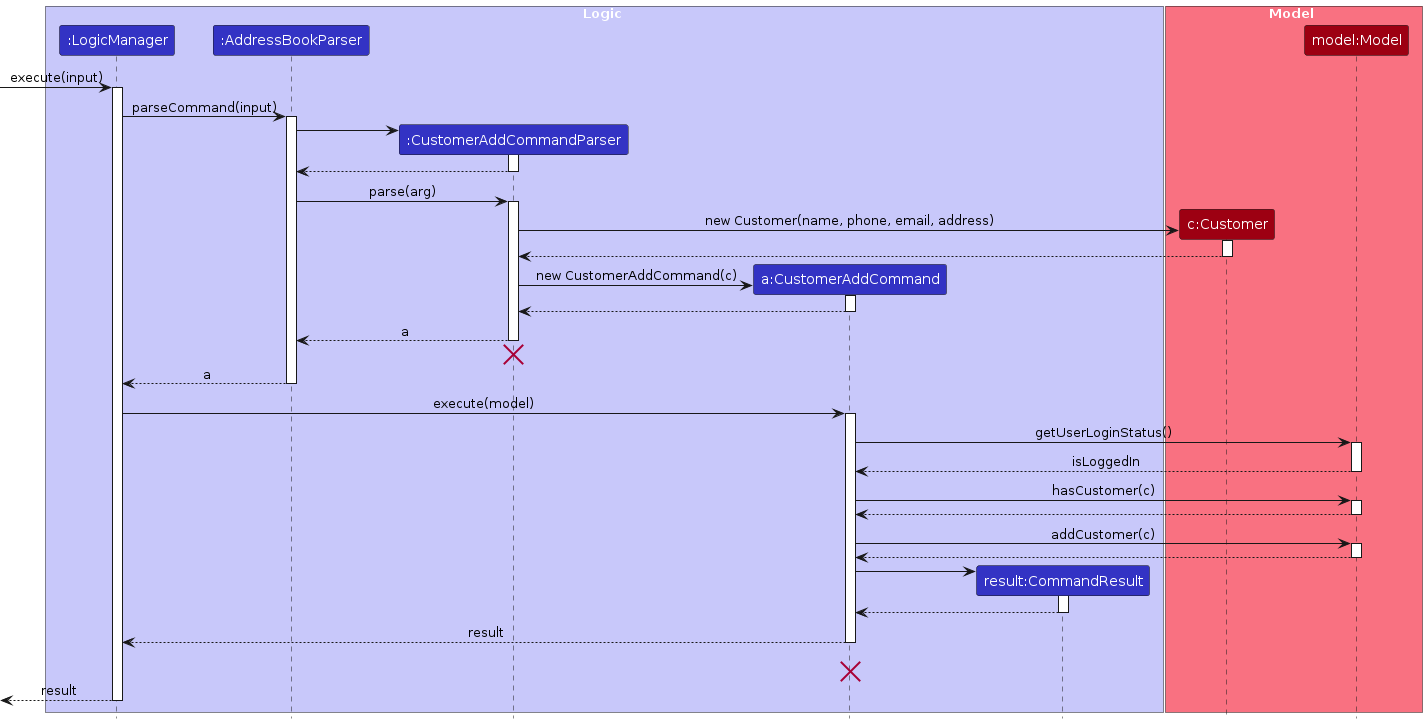
This is diagrams/CustomerAddSequenceDiagram.png from zhonghan721/tp, a PlantUML export, as it was before one commit. Its source is kept beside it as diagrams/CustomerAddSequenceDiagram.puml.
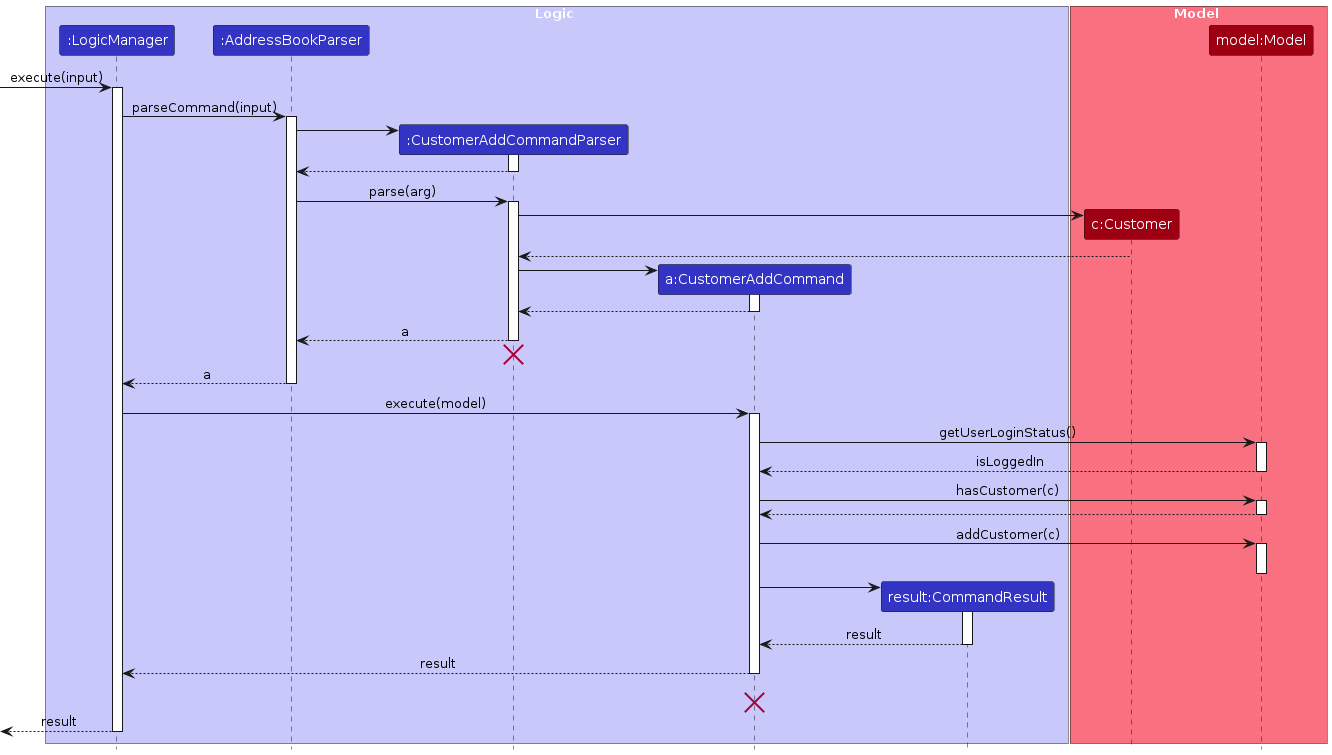
Later version of the same file.

The edit, as a diff of the source:
```diff
@@ -31,14 +31,13 @@
 activate CustomerAddCommandParser
 
 create Customer
-CustomerAddCommandParser -> Customer : new Customer(name, phone, email, address)
-activate Customer
+CustomerAddCommandParser -> Customer
 
 Customer --> CustomerAddCommandParser
 deactivate Customer
 
 create CustomerAddCommand
-CustomerAddCommandParser -> CustomerAddCommand : new CustomerAddCommand(c)
+CustomerAddCommandParser -> CustomerAddCommand
 activate CustomerAddCommand
 
 CustomerAddCommand --> CustomerAddCommandParser
@@ -70,14 +69,13 @@
 CustomerAddCommand -> Model : addCustomer(c)
 activate Model
 
-Model --> CustomerAddCommand
 deactivate Model
 
 create CommandResult
 CustomerAddCommand -> CommandResult
 activate CommandResult
 
-CommandResult --> CustomerAddCommand
+CommandResult --> CustomerAddCommand : result
 deactivate CommandResult
 
 CustomerAddCommand --> LogicManager : result
```
